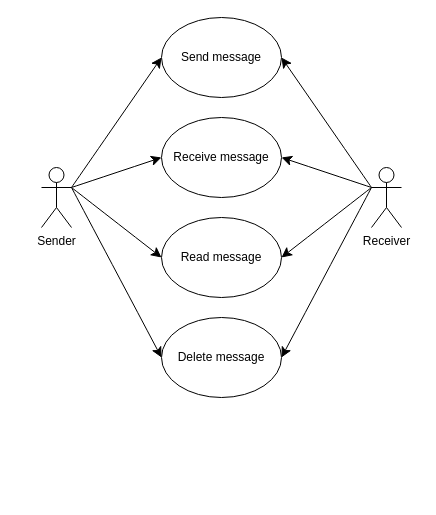
Earlier version of the draw.io diagram Chat engine use case diagram.drawio (DenTitVityiaMeas/Secure-Programming-Chat-App). Source tidied: cells renumbered, new cells numbered last; positions are measured from the earlier drawing's top-left corner, leaving out a move shared by most shapes. Both pictures are drawn from the tidied source at 100%, with x=0, y=0 at pixel (41, 17).
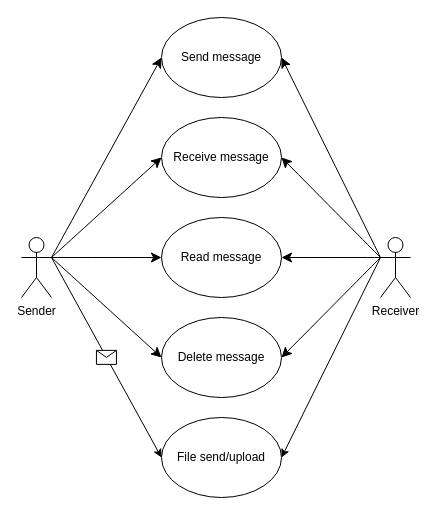
The same diagram, later.

The edit, as a diff of the source:
```diff
@@
     <mxCell id="2" value="Sender" style="shape=umlActor;verticalLabelPosition=bottom;verticalAlign=top;html=1;outlineConnect=0;" parent="1" vertex="1">
-      <mxGeometry y="150" width="30" height="60" as="geometry" />
+      <mxGeometry x="-20" y="220" width="30" height="60" as="geometry" />
     </mxCell>
     <mxCell id="3" value="Receiver" style="shape=umlActor;verticalLabelPosition=bottom;verticalAlign=top;html=1;outlineConnect=0;" parent="1" vertex="1">
-      <mxGeometry x="330" y="150" width="30" height="60" as="geometry" />
+      <mxGeometry x="339" y="220" width="30" height="60" as="geometry" />
     </mxCell>
@@
+    <mxCell id="16" value="File send/upload" style="ellipse;whiteSpace=wrap;html=1;" parent="1" vertex="1">
+      <mxGeometry x="120" y="400" width="120" height="80" as="geometry" />
+    </mxCell>
+    <mxCell id="17" style="endArrow=classic;html=1;rounded=0;exitX=1;exitY=0.3333333333333333;exitDx=0;exitDy=0;exitPerimeter=0;entryX=0;entryY=0.5;entryDx=0;entryDy=0;" parent="1" edge="1" source="2" target="16">
+      <mxGeometry relative="1" as="geometry" />
+    </mxCell>
+    <mxCell id="18" style="shape=message;html=1;" parent="17" vertex="1">
+      <mxGeometry width="20" height="14" relative="1" as="geometry">
+        <mxPoint x="-10" y="-7" as="offset" />
+      </mxGeometry>
+    </mxCell>
+    <mxCell id="19" style="endArrow=classic;html=1;rounded=0;entryX=1;entryY=0.5;entryDx=0;entryDy=0;exitX=0;exitY=0.3333333333333333;exitDx=0;exitDy=0;exitPerimeter=0;" parent="1" edge="1" source="3" target="16">
+      <mxGeometry relative="1" as="geometry" />
+    </mxCell>
```
